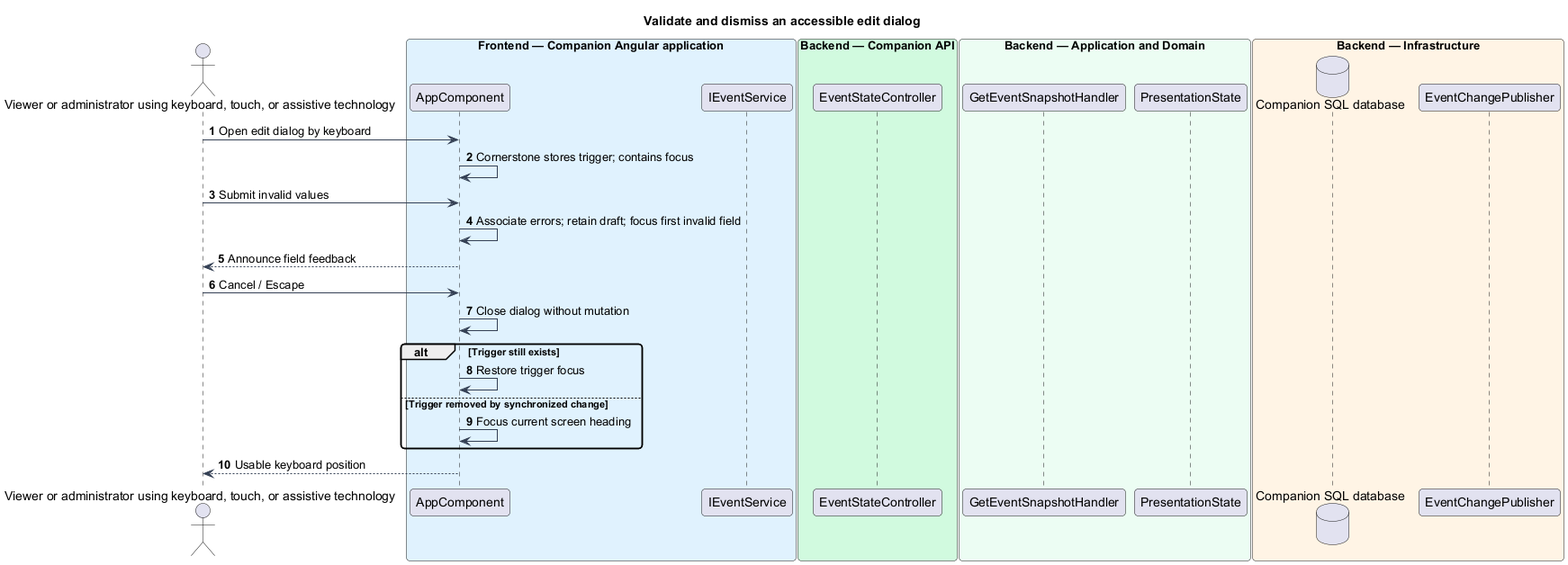
QuinntyneBrown/faithtech-toronto-ai-build-event keeps this PlantUML diagram as docs/detailed-designs/experience/support-accessible-interaction/diagrams/sequence-dialog.png. Above is the earlier version.
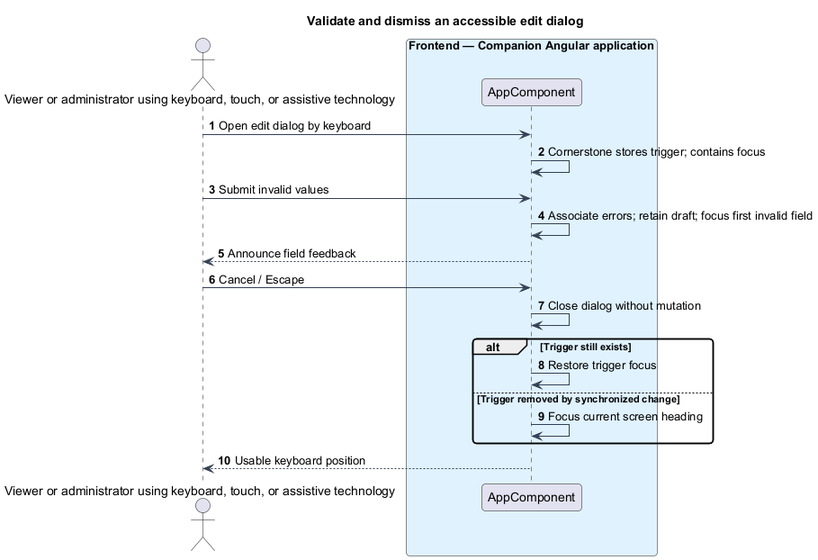
Later version of the same file.

The edit, as a diff of the source:
```diff
@@ -9,18 +9,6 @@
 actor "Viewer or administrator using keyboard, touch, or assistive technology" as actor
 box "Frontend — Companion Angular application" #E0F2FE
 participant "AppComponent" as page
-participant "IEventService" as client
-end box
-box "Backend — Companion API" #D1FADF
-participant "EventStateController" as controller
-end box
-box "Backend — Application and Domain" #ECFDF3
-participant "GetEventSnapshotHandler" as handler
-participant "PresentationState" as entity
-end box
-box "Backend — Infrastructure" #FFF4E5
-database "Companion SQL database" as db
-participant "EventChangePublisher" as push
 end box
 actor -> page : Open edit dialog by keyboard
 page -> page : Cornerstone stores trigger; contains focus
```
